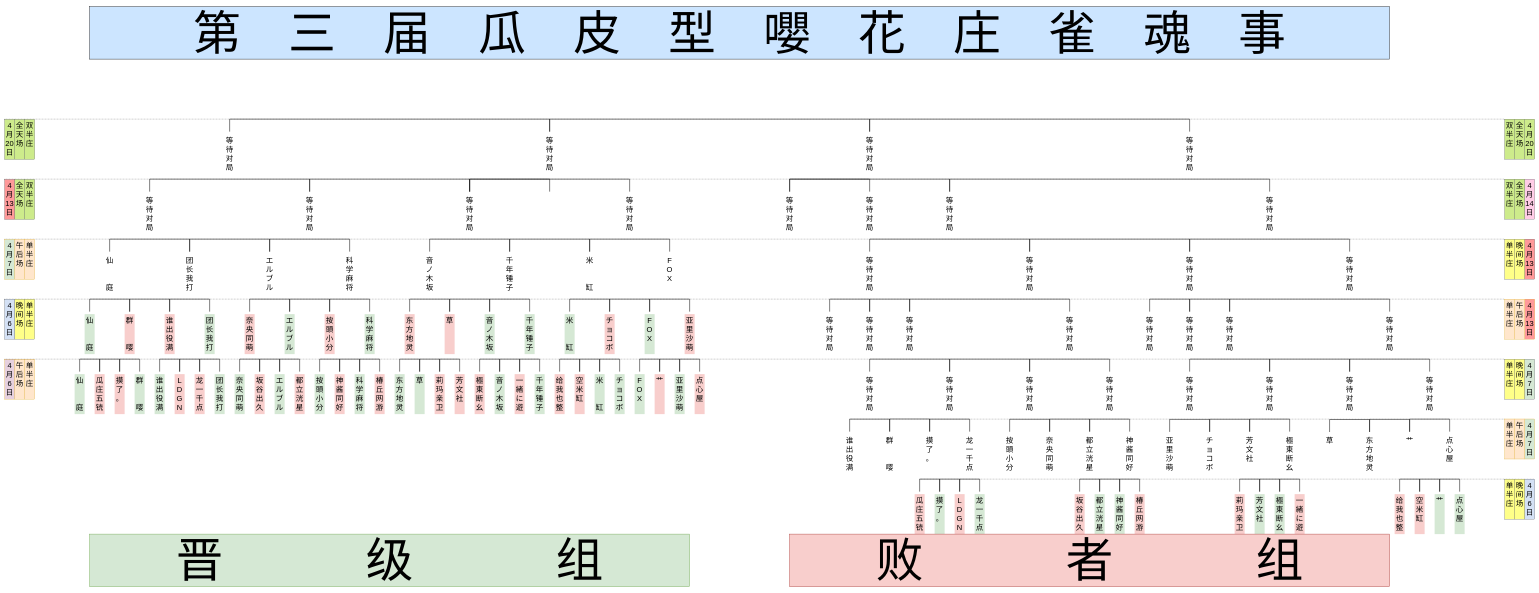
The draw.io diagram Tree Diagram.drawio in psc2350/pcr.mahjong.pub, before the edit. Source tidied: cells renumbered, new cells numbered last; positions are measured from the earlier drawing's top-left corner, leaving out a move shared by most shapes. Both pictures are drawn from the tidied source at 25%, with x=0, y=0 at pixel (4, 6).
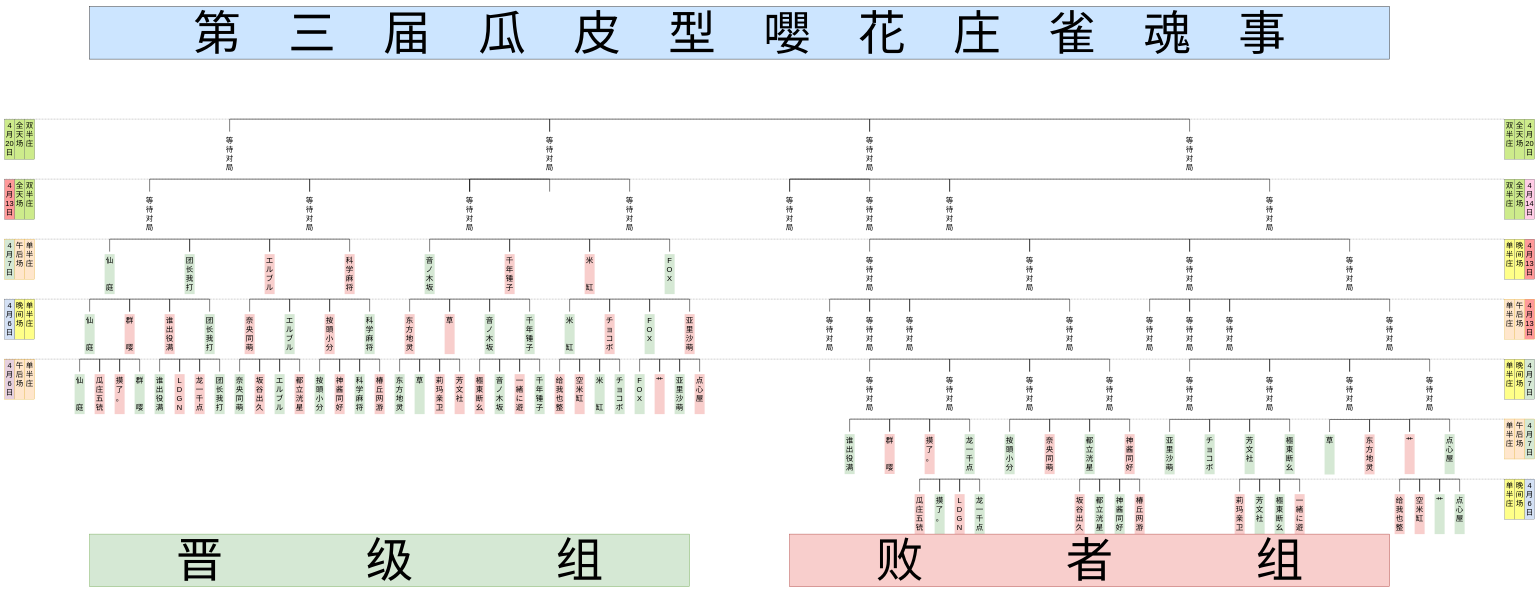
The same page after the edit.

The change refers to these unchanged cells:
```xml
<mxCell id="3" style="group;" parent="1" vertex="1">
  <mxGeometry x="280" y="450" width="5560" height="1660" as="geometry" />
</mxCell>
```

Change to the diagram source:
```diff
@@
-    <mxCell id="85" value="仙&lt;br&gt;&lt;br&gt;&lt;br&gt;庭&lt;br&gt;" style="text;html=1;strokeColor=none;fillColor=none;align=center;verticalAlign=top;whiteSpace=wrap;rounded=0;fontFamily=FZZhunYuan-M02;horizontal=1;fontSize=30;" parent="3" vertex="1">
+    <mxCell id="85" value="仙&lt;br&gt;&lt;br&gt;&lt;br&gt;庭&lt;br&gt;" style="text;html=1;strokeColor=none;fillColor=#D5E8D4;align=center;verticalAlign=top;whiteSpace=wrap;rounded=0;fontFamily=FZZhunYuan-M02;horizontal=1;fontSize=30;" parent="3" vertex="1">
       <mxGeometry x="120" y="540" width="40" height="160" as="geometry" />
     </mxCell>
-    <mxCell id="86" value="团长我打&lt;br style=&quot;font-size: 30px&quot;&gt;" style="text;html=1;strokeColor=none;fillColor=none;align=center;verticalAlign=top;whiteSpace=wrap;rounded=0;fontFamily=FZZhunYuan-M02;horizontal=1;fontSize=30;" parent="3" vertex="1">
+    <mxCell id="86" value="团长我打&lt;br style=&quot;font-size: 30px&quot;&gt;" style="text;html=1;strokeColor=none;fillColor=#D5E8D4;align=center;verticalAlign=top;whiteSpace=wrap;rounded=0;fontFamily=FZZhunYuan-M02;horizontal=1;fontSize=30;" parent="3" vertex="1">
       <mxGeometry x="440" y="540" width="40" height="160" as="geometry" />
     </mxCell>
-    <mxCell id="87" value="エルブル&lt;br style=&quot;font-size: 30px&quot;&gt;" style="text;html=1;strokeColor=none;fillColor=none;align=center;verticalAlign=top;whiteSpace=wrap;rounded=0;fontFamily=FZZhunYuan-M02;horizontal=1;fontSize=30;" parent="3" vertex="1">
+    <mxCell id="87" value="エルブル&lt;br style=&quot;font-size: 30px&quot;&gt;" style="text;html=1;strokeColor=none;fillColor=#F8CECC;align=center;verticalAlign=top;whiteSpace=wrap;rounded=0;fontFamily=FZZhunYuan-M02;horizontal=1;fontSize=30;" parent="3" vertex="1">
       <mxGeometry x="760" y="540" width="40" height="160" as="geometry" />
     </mxCell>
-    <mxCell id="88" value="科学麻将&lt;br style=&quot;font-size: 30px&quot;&gt;" style="text;html=1;strokeColor=none;fillColor=none;align=center;verticalAlign=top;whiteSpace=wrap;rounded=0;fontFamily=FZZhunYuan-M02;horizontal=1;fontSize=30;" parent="3" vertex="1">
+    <mxCell id="88" value="科学麻将&lt;br style=&quot;font-size: 30px&quot;&gt;" style="text;html=1;strokeColor=none;fillColor=#F8CECC;align=center;verticalAlign=top;whiteSpace=wrap;rounded=0;fontFamily=FZZhunYuan-M02;horizontal=1;fontSize=30;" parent="3" vertex="1">
       <mxGeometry x="1080" y="540" width="40" height="160" as="geometry" />
     </mxCell>
@@
-    <mxCell id="92" value="音ノ木坂&lt;br style=&quot;font-size: 30px&quot;&gt;" style="text;html=1;strokeColor=none;fillColor=none;align=center;verticalAlign=top;whiteSpace=wrap;rounded=0;fontFamily=FZZhunYuan-M02;horizontal=1;fontSize=30;" parent="3" vertex="1">
+    <mxCell id="92" value="音ノ木坂&lt;br style=&quot;font-size: 30px&quot;&gt;" style="text;html=1;strokeColor=none;fillColor=#D5E8D4;align=center;verticalAlign=top;whiteSpace=wrap;rounded=0;fontFamily=FZZhunYuan-M02;horizontal=1;fontSize=30;" parent="3" vertex="1">
       <mxGeometry x="1400" y="540" width="40" height="160" as="geometry" />
     </mxCell>
-    <mxCell id="93" value="千年锤子&lt;br style=&quot;font-size: 30px&quot;&gt;" style="text;html=1;strokeColor=none;fillColor=none;align=center;verticalAlign=top;whiteSpace=wrap;rounded=0;fontFamily=FZZhunYuan-M02;horizontal=1;fontSize=30;" parent="3" vertex="1">
+    <mxCell id="93" value="千年锤子&lt;br style=&quot;font-size: 30px&quot;&gt;" style="text;html=1;strokeColor=none;fillColor=#F8CECC;align=center;verticalAlign=top;whiteSpace=wrap;rounded=0;fontFamily=FZZhunYuan-M02;horizontal=1;fontSize=30;" parent="3" vertex="1">
       <mxGeometry x="1720" y="540" width="40" height="160" as="geometry" />
     </mxCell>
-    <mxCell id="94" value="米&lt;br&gt;&lt;br&gt;&lt;br&gt;缸&lt;br&gt;" style="text;html=1;strokeColor=none;fillColor=none;align=center;verticalAlign=top;whiteSpace=wrap;rounded=0;fontFamily=FZZhunYuan-M02;horizontal=1;fontSize=30;" parent="3" vertex="1">
+    <mxCell id="94" value="米&lt;br&gt;&lt;br&gt;&lt;br&gt;缸&lt;br&gt;" style="text;html=1;strokeColor=none;fillColor=#F8CECC;align=center;verticalAlign=top;whiteSpace=wrap;rounded=0;fontFamily=FZZhunYuan-M02;horizontal=1;fontSize=30;" parent="3" vertex="1">
       <mxGeometry x="2040" y="540" width="40" height="160" as="geometry" />
     </mxCell>
-    <mxCell id="95" value="F&lt;br&gt;O&lt;br&gt;X&lt;br&gt;" style="text;html=1;strokeColor=none;fillColor=none;align=center;verticalAlign=top;whiteSpace=wrap;rounded=0;fontFamily=FZZhunYuan-M02;horizontal=1;fontSize=30;" parent="3" vertex="1">
+    <mxCell id="95" value="F&lt;br&gt;O&lt;br&gt;X&lt;br&gt;" style="text;html=1;strokeColor=none;fillColor=#D5E8D4;align=center;verticalAlign=top;whiteSpace=wrap;rounded=0;fontFamily=FZZhunYuan-M02;horizontal=1;fontSize=30;" parent="3" vertex="1">
       <mxGeometry x="2360" y="540" width="40" height="160" as="geometry" />
     </mxCell>
@@
-    <mxCell id="130" value="摸&lt;br&gt;了&lt;br&gt;。&lt;br&gt;" style="text;html=1;strokeColor=none;fillColor=none;align=center;verticalAlign=top;whiteSpace=wrap;rounded=0;fontFamily=FZZhunYuan-M02;horizontal=1;fontSize=30;" parent="3" vertex="1">
+    <mxCell id="130" value="摸&lt;br&gt;了&lt;br&gt;。&lt;br&gt;" style="text;html=1;strokeColor=none;fillColor=#F8CECC;align=center;verticalAlign=top;whiteSpace=wrap;rounded=0;fontFamily=FZZhunYuan-M02;horizontal=1;fontSize=30;" parent="3" vertex="1">
       <mxGeometry x="3400" y="1260" width="40" height="160" as="geometry" />
     </mxCell>
-    <mxCell id="131" value="龙一千点&lt;br&gt;" style="text;html=1;strokeColor=none;fillColor=none;align=center;verticalAlign=top;whiteSpace=wrap;rounded=0;fontFamily=FZZhunYuan-M02;horizontal=1;fontSize=30;" parent="3" vertex="1">
+    <mxCell id="131" value="龙一千点&lt;br&gt;" style="text;html=1;strokeColor=none;fillColor=#D5E8D4;align=center;verticalAlign=top;whiteSpace=wrap;rounded=0;fontFamily=FZZhunYuan-M02;horizontal=1;fontSize=30;" parent="3" vertex="1">
       <mxGeometry x="3560" y="1260" width="40" height="160" as="geometry" />
     </mxCell>
@@
-    <mxCell id="135" value="都立洸星&lt;br&gt;" style="text;html=1;strokeColor=none;fillColor=none;align=center;verticalAlign=top;whiteSpace=wrap;rounded=0;fontFamily=FZZhunYuan-M02;horizontal=1;fontSize=30;" parent="3" vertex="1">
+    <mxCell id="135" value="都立洸星&lt;br&gt;" style="text;html=1;strokeColor=none;fillColor=#D5E8D4;align=center;verticalAlign=top;whiteSpace=wrap;rounded=0;fontFamily=FZZhunYuan-M02;horizontal=1;fontSize=30;" parent="3" vertex="1">
       <mxGeometry x="4040" y="1260" width="40" height="160" as="geometry" />
     </mxCell>
-    <mxCell id="136" value="神酱同好&lt;br&gt;" style="text;html=1;strokeColor=none;fillColor=none;align=center;verticalAlign=top;whiteSpace=wrap;rounded=0;fontFamily=FZZhunYuan-M02;horizontal=1;fontSize=30;" parent="3" vertex="1">
+    <mxCell id="136" value="神酱同好&lt;br&gt;" style="text;html=1;strokeColor=none;fillColor=#F8CECC;align=center;verticalAlign=top;whiteSpace=wrap;rounded=0;fontFamily=FZZhunYuan-M02;horizontal=1;fontSize=30;" parent="3" vertex="1">
       <mxGeometry x="4200" y="1260" width="40" height="160" as="geometry" />
     </mxCell>
@@
-    <mxCell id="140" value="芳文社&lt;br&gt;" style="text;html=1;strokeColor=none;fillColor=none;align=center;verticalAlign=top;whiteSpace=wrap;rounded=0;fontFamily=FZZhunYuan-M02;horizontal=1;fontSize=30;" parent="3" vertex="1">
+    <mxCell id="140" value="芳文社&lt;br&gt;" style="text;html=1;strokeColor=none;fillColor=#D5E8D4;align=center;verticalAlign=top;whiteSpace=wrap;rounded=0;fontFamily=FZZhunYuan-M02;horizontal=1;fontSize=30;" parent="3" vertex="1">
       <mxGeometry x="4680" y="1260" width="40" height="160" as="geometry" />
     </mxCell>
-    <mxCell id="141" value="極東断幺&lt;br&gt;" style="text;html=1;strokeColor=none;fillColor=none;align=center;verticalAlign=top;whiteSpace=wrap;rounded=0;fontFamily=FZZhunYuan-M02;horizontal=1;fontSize=30;" parent="3" vertex="1">
+    <mxCell id="141" value="極東断幺&lt;br&gt;" style="text;html=1;strokeColor=none;fillColor=#D5E8D4;align=center;verticalAlign=top;whiteSpace=wrap;rounded=0;fontFamily=FZZhunYuan-M02;horizontal=1;fontSize=30;" parent="3" vertex="1">
       <mxGeometry x="4840" y="1260" width="40" height="160" as="geometry" />
     </mxCell>
@@
-    <mxCell id="145" value="艹&lt;br&gt;" style="text;html=1;strokeColor=none;fillColor=none;align=center;verticalAlign=top;whiteSpace=wrap;rounded=0;fontFamily=FZZhunYuan-M02;horizontal=1;fontSize=30;" parent="3" vertex="1">
+    <mxCell id="145" value="艹&lt;br&gt;" style="text;html=1;strokeColor=none;fillColor=#F8CECC;align=center;verticalAlign=top;whiteSpace=wrap;rounded=0;fontFamily=FZZhunYuan-M02;horizontal=1;fontSize=30;" parent="3" vertex="1">
       <mxGeometry x="5320" y="1260" width="40" height="160" as="geometry" />
     </mxCell>
-    <mxCell id="146" value="点心屋&lt;br&gt;" style="text;html=1;strokeColor=none;fillColor=none;align=center;verticalAlign=top;whiteSpace=wrap;rounded=0;fontFamily=FZZhunYuan-M02;horizontal=1;fontSize=30;" parent="3" vertex="1">
+    <mxCell id="146" value="点心屋&lt;br&gt;" style="text;html=1;strokeColor=none;fillColor=#D5E8D4;align=center;verticalAlign=top;whiteSpace=wrap;rounded=0;fontFamily=FZZhunYuan-M02;horizontal=1;fontSize=30;" parent="3" vertex="1">
       <mxGeometry x="5480" y="1260" width="40" height="160" as="geometry" />
     </mxCell>
@@
-    <mxCell id="203" value="群&lt;br&gt;&lt;br&gt;&lt;br&gt;嘤&lt;br&gt;" style="text;html=1;strokeColor=none;fillColor=none;align=center;verticalAlign=top;whiteSpace=wrap;rounded=0;fontFamily=FZZhunYuan-M02;horizontal=1;fontSize=30;" parent="3" vertex="1">
+    <mxCell id="203" value="群&lt;br&gt;&lt;br&gt;&lt;br&gt;嘤&lt;br&gt;" style="text;html=1;strokeColor=none;fillColor=#F8CECC;align=center;verticalAlign=top;whiteSpace=wrap;rounded=0;fontFamily=FZZhunYuan-M02;horizontal=1;fontSize=30;" parent="3" vertex="1">
       <mxGeometry x="3240" y="1259.5" width="40" height="160" as="geometry" />
     </mxCell>
@@
-    <mxCell id="205" value="谁出役满&lt;br&gt;" style="text;html=1;strokeColor=none;fillColor=none;align=center;verticalAlign=top;whiteSpace=wrap;rounded=0;fontFamily=FZZhunYuan-M02;horizontal=1;fontSize=30;" parent="3" vertex="1">
+    <mxCell id="205" value="谁出役满&lt;br&gt;" style="text;html=1;strokeColor=none;fillColor=#D5E8D4;align=center;verticalAlign=top;whiteSpace=wrap;rounded=0;fontFamily=FZZhunYuan-M02;horizontal=1;fontSize=30;" parent="3" vertex="1">
       <mxGeometry x="3080" y="1260" width="40" height="160" as="geometry" />
     </mxCell>
@@
-    <mxCell id="207" value="奈央同萌&lt;br&gt;" style="text;html=1;strokeColor=none;fillColor=none;align=center;verticalAlign=top;whiteSpace=wrap;rounded=0;fontFamily=FZZhunYuan-M02;horizontal=1;fontSize=30;" parent="3" vertex="1">
+    <mxCell id="207" value="奈央同萌&lt;br&gt;" style="text;html=1;strokeColor=none;fillColor=#F8CECC;align=center;verticalAlign=top;whiteSpace=wrap;rounded=0;fontFamily=FZZhunYuan-M02;horizontal=1;fontSize=30;" parent="3" vertex="1">
       <mxGeometry x="3880" y="1260" width="40" height="160" as="geometry" />
     </mxCell>
@@
-    <mxCell id="209" value="按頭小分&lt;br&gt;" style="text;html=1;strokeColor=none;fillColor=none;align=center;verticalAlign=top;whiteSpace=wrap;rounded=0;fontFamily=FZZhunYuan-M02;horizontal=1;fontSize=30;" parent="3" vertex="1">
+    <mxCell id="209" value="按頭小分&lt;br&gt;" style="text;html=1;strokeColor=none;fillColor=#D5E8D4;align=center;verticalAlign=top;whiteSpace=wrap;rounded=0;fontFamily=FZZhunYuan-M02;horizontal=1;fontSize=30;" parent="3" vertex="1">
       <mxGeometry x="3720" y="1260.5" width="40" height="160" as="geometry" />
     </mxCell>
@@
-    <mxCell id="211" value="チョコボ&lt;br&gt;" style="text;html=1;strokeColor=none;fillColor=none;align=center;verticalAlign=top;whiteSpace=wrap;rounded=0;fontFamily=FZZhunYuan-M02;horizontal=1;fontSize=30;" parent="3" vertex="1">
+    <mxCell id="211" value="チョコボ&lt;br&gt;" style="text;html=1;strokeColor=none;fillColor=#D5E8D4;align=center;verticalAlign=top;whiteSpace=wrap;rounded=0;fontFamily=FZZhunYuan-M02;horizontal=1;fontSize=30;" parent="3" vertex="1">
       <mxGeometry x="4520" y="1260.5" width="40" height="160" as="geometry" />
     </mxCell>
@@
-    <mxCell id="213" value="亚里沙萌&lt;br&gt;" style="text;html=1;strokeColor=none;fillColor=none;align=center;verticalAlign=top;whiteSpace=wrap;rounded=0;fontFamily=FZZhunYuan-M02;horizontal=1;fontSize=30;" parent="3" vertex="1">
+    <mxCell id="213" value="亚里沙萌&lt;br&gt;" style="text;html=1;strokeColor=none;fillColor=#D5E8D4;align=center;verticalAlign=top;whiteSpace=wrap;rounded=0;fontFamily=FZZhunYuan-M02;horizontal=1;fontSize=30;" parent="3" vertex="1">
       <mxGeometry x="4360" y="1261" width="40" height="160" as="geometry" />
     </mxCell>
@@
-    <mxCell id="215" value="东方地灵&lt;br&gt;" style="text;html=1;strokeColor=none;fillColor=none;align=center;verticalAlign=top;whiteSpace=wrap;rounded=0;fontFamily=FZZhunYuan-M02;horizontal=1;fontSize=30;" parent="3" vertex="1">
+    <mxCell id="215" value="东方地灵&lt;br&gt;" style="text;html=1;strokeColor=none;fillColor=#F8CECC;align=center;verticalAlign=top;whiteSpace=wrap;rounded=0;fontFamily=FZZhunYuan-M02;horizontal=1;fontSize=30;" parent="3" vertex="1">
       <mxGeometry x="5159.8" y="1261" width="40" height="160" as="geometry" />
     </mxCell>
@@
-    <mxCell id="217" value="草&lt;br&gt;" style="text;html=1;strokeColor=none;fillColor=none;align=center;verticalAlign=top;whiteSpace=wrap;rounded=0;fontFamily=FZZhunYuan-M02;horizontal=1;fontSize=30;" parent="3" vertex="1">
+    <mxCell id="217" value="草&lt;br&gt;" style="text;html=1;strokeColor=none;fillColor=#D5E8D4;align=center;verticalAlign=top;whiteSpace=wrap;rounded=0;fontFamily=FZZhunYuan-M02;horizontal=1;fontSize=30;" parent="3" vertex="1">
       <mxGeometry x="4999.8" y="1261.5" width="40" height="160" as="geometry" />
     </mxCell>
```
